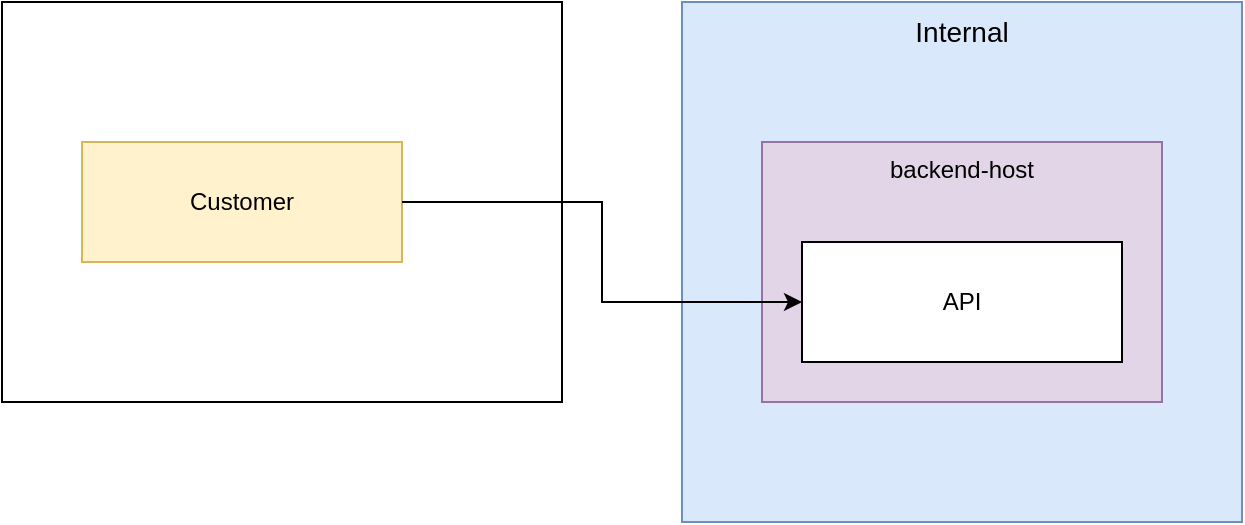
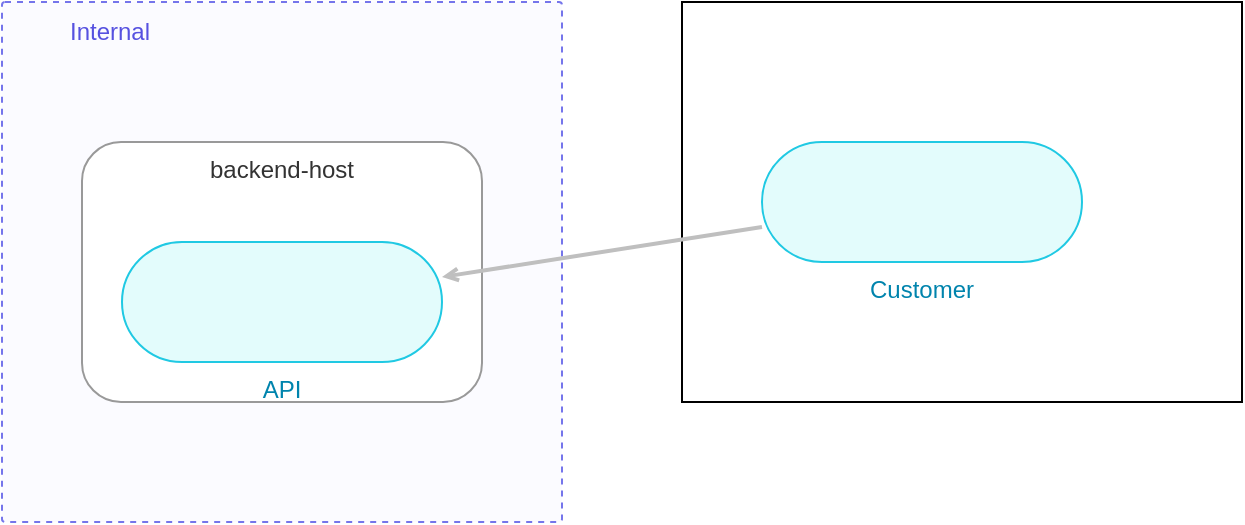
<?xml version='1.0' encoding='UTF-8'?>
<mxfile host="archithreat" version="1.0">
  <diagram id="id_4878e713b6bad934" name="external-actor">
    <mxGraphModel dx="1422" dy="757" grid="1" gridSize="10" guides="1" tooltips="1" connect="1" arrows="1" fold="1" page="1" pageScale="1" pageWidth="850" pageHeight="1100" math="0" shadow="0">
      <root>
        <mxCell id="0"/>
        <mxCell id="1" parent="0"/>
-         <mxCell id="__external__" value="External" style="" parent="1" vertex="1">
-           <mxGeometry x="40" y="40" width="280" height="200" as="geometry"/>
+         <mxCell id="g_internal" value="Internal" style="ir.ref=2ab4effa-40b7-4cd2-ba81-8247d29a6f2d;rounded=1;whiteSpace=wrap;recursiveResize=0;html=1;verticalAlign=top;align=left;dashed=1;strokeWidth=1;arcSize=3;absoluteArcSize=1;spacingTop=1;spacingLeft=32;strokeColor=#7575EB;fillColor=#F0F0FF;fillOpacity=30;fontColor=#5651E0;connectable=0;container=1;source=iriusrisk;ir.type=TRUSTZONE;" parent="1" vertex="1">
+           <mxGeometry x="40" y="40" width="280" height="260" as="geometry"/>
        </mxCell>
-         <mxCell id="ba_customer" value="Customer" style="shape=mxgraph.iriusrisk.actor;html=1;whiteSpace=wrap;fillColor=#fff2cc;strokeColor=#d6b656;" parent="__external__" vertex="1">
+         <mxCell id="n_host" value="backend-host" style="rounded=1;whiteSpace=wrap;html=1;fillColor=#FFFFFF;strokeColor=#999999;strokeWidth=1;dashed=0;verticalAlign=top;fontSize=12;fontColor=#333333;connectable=0;container=1;collapsible=0;recursiveResize=0;" parent="g_internal" vertex="1">
+           <mxGeometry x="40" y="70" width="200" height="130" as="geometry"/>
+         </mxCell>
+         <mxCell id="a_api" value="API" style="rounded=1;whiteSpace=wrap;html=1;align=center;imageAlign=center;imageWidth=82;imageHeight=82;arcSize=90;absoluteArcSize=1;strokeColor=#20C9E3;fillColor=#E3FCFC;fontColor=#0084AD;fontSize=12;source=iriusrisk;ir.type=COMPONENT;ir.componentDefinition.ref=CD-V2-WEB-SERVICE;verticalLabelPosition=bottom;verticalAlign=top;ir.synchronized=1;strokeWidth=1;" parent="n_host" vertex="1">
+           <mxGeometry x="20" y="50" width="160" height="60" as="geometry"/>
+         </mxCell>
+         <mxCell id="__external__" value="Internet" style="" parent="1" vertex="1">
+           <mxGeometry x="380" y="40" width="280" height="200" as="geometry"/>
+         </mxCell>
+         <mxCell id="ba_customer" value="Customer" style="rounded=1;whiteSpace=wrap;html=1;align=center;imageAlign=center;imageWidth=82;imageHeight=82;arcSize=90;absoluteArcSize=1;strokeColor=#20C9E3;fillColor=#E3FCFC;fontColor=#0084AD;fontSize=12;source=iriusrisk;ir.type=COMPONENT;ir.componentDefinition.ref=CD-V2-BROWSER;verticalLabelPosition=bottom;verticalAlign=top;ir.synchronized=1;strokeWidth=1;" parent="__external__" vertex="1">
          <mxGeometry x="40" y="70" width="160" height="60" as="geometry"/>
        </mxCell>
-         <mxCell id="g_internal" value="Internal" style="shape=mxgraph.iriusrisk.trust_zone;html=1;whiteSpace=wrap;fillColor=#dae8fc;strokeColor=#6c8ebf;verticalAlign=top;fontSize=14;" parent="1" vertex="1">
-           <mxGeometry x="380" y="40" width="280" height="260" as="geometry"/>
-         </mxCell>
-         <mxCell id="n_host" value="backend-host" style="shape=mxgraph.iriusrisk.host;html=1;whiteSpace=wrap;fillColor=#e1d5e7;strokeColor=#9673a6;verticalAlign=top;fontSize=12;" parent="g_internal" vertex="1">
-           <mxGeometry x="40" y="70" width="200" height="130" as="geometry"/>
-         </mxCell>
-         <mxCell id="a_api" value="API" style="shape=mxgraph.iriusrisk.generic_application;html=1;whiteSpace=wrap;fillColor=#ffffff;strokeColor=#000000;" parent="n_host" vertex="1">
-           <mxGeometry x="20" y="50" width="160" height="60" as="geometry"/>
-         </mxCell>
-         <mxCell id="r_s1" value="" style="edgeStyle=orthogonalEdgeStyle;rounded=0;html=1;endArrow=classic;" parent="1" edge="1" source="ba_customer" target="a_api">
+         <mxCell id="r_s1" value="" style="edgeStyle=none;curved=1;html=1;strokeColor=#BFBFBF;strokeWidth=2;endArrow=open;endFill=0;endSize=4;" parent="1" edge="1" source="ba_customer" target="a_api">
          <mxGeometry relative="1" as="geometry"/>
        </mxCell>
      </root>
    </mxGraphModel>
  </diagram>
</mxfile>
